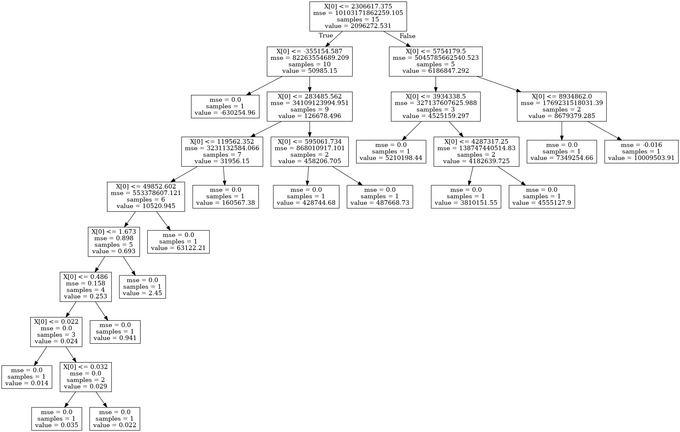
The Graphviz diagram dot_tree.png in Dimitrios-Mourtzilas/Business-Strategy, before a commit. Its source is kept beside it as dot_tree.dot.
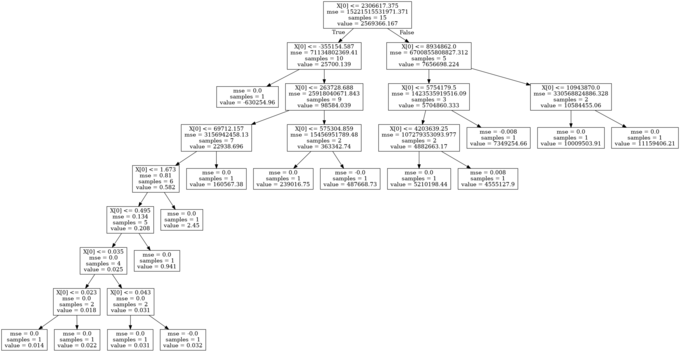
Above is the later version.

Change to the diagram source:
```diff
@@ -1,60 +1,60 @@
 digraph Tree {
 node [shape=box] ;
-0 [label="X[0] <= 2306617.375\nmse = 10103171862259.105\nsamples = 15\nvalue = 2096272.531"] ;
-1 [label="X[0] <= -355154.587\nmse = 82263554689.209\nsamples = 10\nvalue = 50985.15"] ;
+0 [label="X[0] <= 2306617.375\nmse = 15221515531971.371\nsamples = 15\nvalue = 2569366.167"] ;
+1 [label="X[0] <= -355154.587\nmse = 71134802369.41\nsamples = 10\nvalue = 25700.139"] ;
 0 -> 1 [labeldistance=2.5, labelangle=45, headlabel="True"] ;
 2 [label="mse = 0.0\nsamples = 1\nvalue = -630254.96"] ;
 1 -> 2 ;
-3 [label="X[0] <= 283485.562\nmse = 34109123994.951\nsamples = 9\nvalue = 126678.496"] ;
+3 [label="X[0] <= 263728.688\nmse = 25918040671.843\nsamples = 9\nvalue = 98584.039"] ;
 1 -> 3 ;
-4 [label="X[0] <= 119562.352\nmse = 3231132584.066\nsamples = 7\nvalue = 31956.15"] ;
+4 [label="X[0] <= 69712.157\nmse = 3156942458.13\nsamples = 7\nvalue = 22938.696"] ;
 3 -> 4 ;
-5 [label="X[0] <= 49852.602\nmse = 553378607.121\nsamples = 6\nvalue = 10520.945"] ;
+5 [label="X[0] <= 1.673\nmse = 0.81\nsamples = 6\nvalue = 0.582"] ;
 4 -> 5 ;
-6 [label="X[0] <= 1.673\nmse = 0.898\nsamples = 5\nvalue = 0.693"] ;
+6 [label="X[0] <= 0.495\nmse = 0.134\nsamples = 5\nvalue = 0.208"] ;
 5 -> 6 ;
-7 [label="X[0] <= 0.486\nmse = 0.158\nsamples = 4\nvalue = 0.253"] ;
+7 [label="X[0] <= 0.035\nmse = 0.0\nsamples = 4\nvalue = 0.025"] ;
 6 -> 7 ;
-8 [label="X[0] <= 0.022\nmse = 0.0\nsamples = 3\nvalue = 0.024"] ;
+8 [label="X[0] <= 0.023\nmse = 0.0\nsamples = 2\nvalue = 0.018"] ;
 7 -> 8 ;
 9 [label="mse = 0.0\nsamples = 1\nvalue = 0.014"] ;
 8 -> 9 ;
-10 [label="X[0] <= 0.032\nmse = 0.0\nsamples = 2\nvalue = 0.029"] ;
+10 [label="mse = 0.0\nsamples = 1\nvalue = 0.022"] ;
 8 -> 10 ;
-11 [label="mse = 0.0\nsamples = 1\nvalue = 0.035"] ;
-10 -> 11 ;
-12 [label="mse = 0.0\nsamples = 1\nvalue = 0.022"] ;
-10 -> 12 ;
-13 [label="mse = 0.0\nsamples = 1\nvalue = 0.941"] ;
-7 -> 13 ;
-14 [label="mse = 0.0\nsamples = 1\nvalue = 2.45"] ;
+11 [label="X[0] <= 0.043\nmse = 0.0\nsamples = 2\nvalue = 0.031"] ;
+7 -> 11 ;
+12 [label="mse = 0.0\nsamples = 1\nvalue = 0.031"] ;
+11 -> 12 ;
+13 [label="mse = -0.0\nsamples = 1\nvalue = 0.032"] ;
+11 -> 13 ;
+14 [label="mse = 0.0\nsamples = 1\nvalue = 0.941"] ;
 6 -> 14 ;
-15 [label="mse = 0.0\nsamples = 1\nvalue = 63122.21"] ;
+15 [label="mse = 0.0\nsamples = 1\nvalue = 2.45"] ;
 5 -> 15 ;
 16 [label="mse = 0.0\nsamples = 1\nvalue = 160567.38"] ;
 4 -> 16 ;
-17 [label="X[0] <= 595061.734\nmse = 868010917.101\nsamples = 2\nvalue = 458206.705"] ;
+17 [label="X[0] <= 575304.859\nmse = 15456951789.48\nsamples = 2\nvalue = 363342.74"] ;
 3 -> 17 ;
-18 [label="mse = 0.0\nsamples = 1\nvalue = 428744.68"] ;
+18 [label="mse = 0.0\nsamples = 1\nvalue = 239016.75"] ;
 17 -> 18 ;
-19 [label="mse = 0.0\nsamples = 1\nvalue = 487668.73"] ;
+19 [label="mse = -0.0\nsamples = 1\nvalue = 487668.73"] ;
 17 -> 19 ;
-20 [label="X[0] <= 5754179.5\nmse = 5045785662540.523\nsamples = 5\nvalue = 6186847.292"] ;
+20 [label="X[0] <= 8934862.0\nmse = 6700855808827.312\nsamples = 5\nvalue = 7656698.224"] ;
 0 -> 20 [labeldistance=2.5, labelangle=-45, headlabel="False"] ;
-21 [label="X[0] <= 3934338.5\nmse = 327137607625.988\nsamples = 3\nvalue = 4525159.297"] ;
+21 [label="X[0] <= 5754179.5\nmse = 1423535919516.09\nsamples = 3\nvalue = 5704860.333"] ;
 20 -> 21 ;
-22 [label="mse = 0.0\nsamples = 1\nvalue = 5210198.44"] ;
+22 [label="X[0] <= 4203639.25\nmse = 107279353093.977\nsamples = 2\nvalue = 4882663.17"] ;
 21 -> 22 ;
-23 [label="X[0] <= 4287317.25\nmse = 138747440514.83\nsamples = 2\nvalue = 4182639.725"] ;
-21 -> 23 ;
-24 [label="mse = 0.0\nsamples = 1\nvalue = 3810151.55"] ;
-23 -> 24 ;
-25 [label="mse = 0.0\nsamples = 1\nvalue = 4555127.9"] ;
-23 -> 25 ;
-26 [label="X[0] <= 8934862.0\nmse = 1769231518031.39\nsamples = 2\nvalue = 8679379.285"] ;
+23 [label="mse = 0.0\nsamples = 1\nvalue = 5210198.44"] ;
+22 -> 23 ;
+24 [label="mse = 0.008\nsamples = 1\nvalue = 4555127.9"] ;
+22 -> 24 ;
+25 [label="mse = -0.008\nsamples = 1\nvalue = 7349254.66"] ;
+21 -> 25 ;
+26 [label="X[0] <= 10943870.0\nmse = 330568824886.328\nsamples = 2\nvalue = 10584455.06"] ;
 20 -> 26 ;
-27 [label="mse = 0.0\nsamples = 1\nvalue = 7349254.66"] ;
+27 [label="mse = 0.0\nsamples = 1\nvalue = 10009503.91"] ;
 26 -> 27 ;
-28 [label="mse = -0.016\nsamples = 1\nvalue = 10009503.91"] ;
+28 [label="mse = 0.0\nsamples = 1\nvalue = 11159406.21"] ;
 26 -> 28 ;
 }
```
